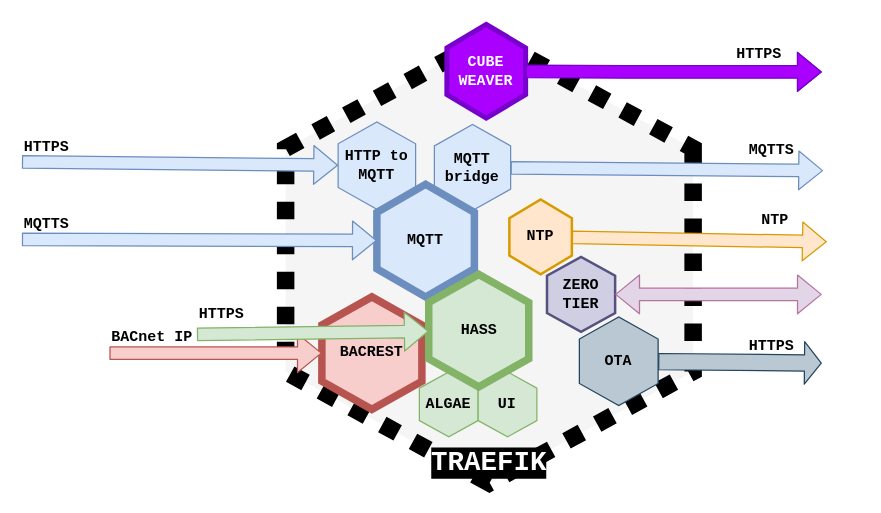
This is cube_internal.drawio from EnigmaAlgorithms/enigmaalgorithms.github.io, a draw.io file, before an edit. Source tidied: cells renumbered, new cells numbered last; positions are measured from the earlier drawing's top-left corner, leaving out a move shared by most shapes. Both pictures are drawn from the tidied source at 125%, with x=0, y=0 at pixel (21, 24).
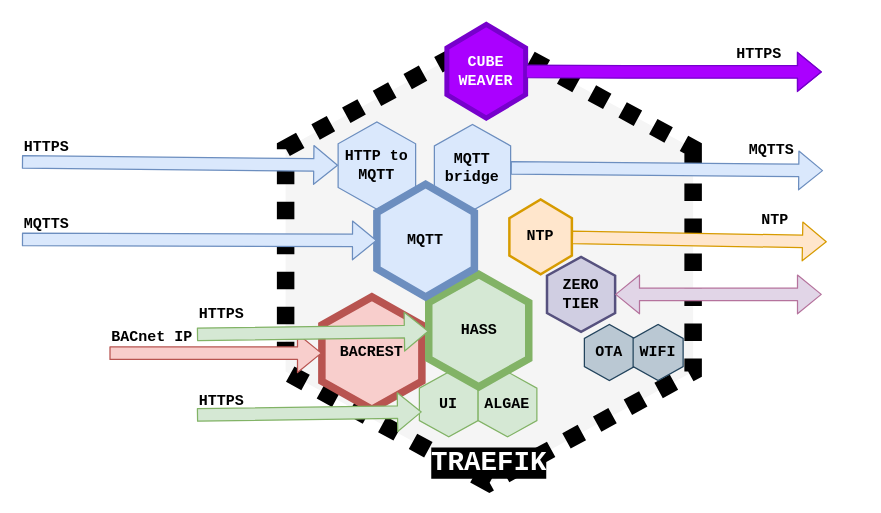
The same diagram, later.

The change refers to these unchanged cells:
```xml
<mxCell id="12" style="group;strokeWidth=2;" parent="1" vertex="1">
  <mxGeometry x="318" y="278" width="94" height="52" as="geometry" />
</mxCell>
```

The edit, as a diff of the source:
```diff
@@
-    <mxCell id="8" style="group;" parent="1" vertex="1">
-      <mxGeometry y="128" width="362" height="90" as="geometry" />
-    </mxCell>
-    <mxCell id="9" value="MQTT" style="shape=hexagon;perimeter=hexagonPerimeter2;whiteSpace=wrap;html=1;direction=south;fillColor=#dae8fc;strokeColor=#6c8ebf;strokeWidth=6;fontFamily=Courier New;fontStyle=1;fontColor=#000000;" parent="8" vertex="1">
-      <mxGeometry x="284" width="78" height="90" as="geometry" />
-    </mxCell>
-    <mxCell id="10" style="shape=flexArrow;endArrow=classic;html=1;fillColor=#dae8fc;strokeColor=#6c8ebf;fontFamily=Courier New;fontStyle=1;fontColor=#000000;" parent="8" edge="1" target="9">
-      <mxGeometry relative="1" as="geometry">
-        <mxPoint y="44" as="sourcePoint" />
-      </mxGeometry>
-    </mxCell>
-    <mxCell id="11" value="MQTTS" style="text;html=1;align=left;verticalAlign=top;spacingTop=-4;fontFamily=Courier New;fontStyle=1;fontColor=#000000;" parent="8" vertex="1">
-      <mxGeometry x="-0.2" y="22" width="50" height="20" as="geometry" />
-    </mxCell>
@@
-    <mxCell id="13" value="ALGAE" style="shape=hexagon;perimeter=hexagonPerimeter2;whiteSpace=wrap;html=1;direction=south;fillColor=#d5e8d4;strokeColor=#82b366;fontFamily=Courier New;fontStyle=1;fontColor=#000000;" parent="12" vertex="1">
+    <mxCell id="13" value="UI" style="shape=hexagon;perimeter=hexagonPerimeter2;whiteSpace=wrap;html=1;direction=south;fillColor=#d5e8d4;strokeColor=#82b366;fontFamily=Courier New;fontStyle=1;fontColor=#000000;" parent="12" vertex="1">
       <mxGeometry width="47" height="52" as="geometry" />
     </mxCell>
-    <mxCell id="14" value="UI" style="shape=hexagon;perimeter=hexagonPerimeter2;whiteSpace=wrap;html=1;direction=south;fillColor=#d5e8d4;strokeColor=#82b366;fontFamily=Courier New;fontStyle=1;fontColor=#000000;" parent="12" vertex="1">
+    <mxCell id="14" value="ALGAE" style="shape=hexagon;perimeter=hexagonPerimeter2;whiteSpace=wrap;html=1;direction=south;fillColor=#d5e8d4;strokeColor=#82b366;fontFamily=Courier New;fontStyle=1;fontColor=#000000;" parent="12" vertex="1">
       <mxGeometry x="47" width="47" height="52" as="geometry" />
     </mxCell>
@@
-    <mxCell id="22" style="shape=flexArrow;endArrow=classic;html=1;fillColor=#bac8d3;strokeColor=#23445d;width=13;endSize=4.15;fontFamily=Courier New;fontStyle=1;fontColor=#000000;entryX=0.667;entryY=0.9;entryDx=0;entryDy=0;entryPerimeter=0;" parent="1" edge="1" source="23" target="24">
-      <mxGeometry relative="1" as="geometry" />
-    </mxCell>
     <mxCell id="23" value="OTA" style="shape=hexagon;perimeter=hexagonPerimeter2;whiteSpace=wrap;html=1;direction=south;fillColor=#bac8d3;strokeColor=#23445d;fontFamily=Courier New;fontStyle=1;fontColor=#000000;" parent="1" vertex="1">
-      <mxGeometry x="446" y="234" width="63" height="71" as="geometry" />
+      <mxGeometry x="450" y="240" width="40" height="45" as="geometry" />
     </mxCell>
-    <mxCell id="24" value="&lt;b&gt;HTTPS&lt;/b&gt;" style="text;html=1;fontFamily=Courier New;fontColor=#000000;" parent="1" vertex="1">
-      <mxGeometry x="580" y="244" width="90" height="30" as="geometry" />
-    </mxCell>
@@
+    <mxCell id="9" value="MQTT" style="shape=hexagon;perimeter=hexagonPerimeter2;whiteSpace=wrap;html=1;direction=south;fillColor=#dae8fc;strokeColor=#6c8ebf;strokeWidth=6;fontFamily=Courier New;fontStyle=1;fontColor=#000000;" parent="1" vertex="1">
+      <mxGeometry x="284" y="128" width="78" height="90" as="geometry" />
+    </mxCell>
+    <mxCell id="10" style="shape=flexArrow;endArrow=classic;html=1;fillColor=#dae8fc;strokeColor=#6c8ebf;fontFamily=Courier New;fontStyle=1;fontColor=#000000;" parent="1" edge="1" target="9">
+      <mxGeometry relative="1" as="geometry">
+        <mxPoint y="172" as="sourcePoint" />
+      </mxGeometry>
+    </mxCell>
+    <mxCell id="11" value="MQTTS" style="text;html=1;align=left;verticalAlign=top;spacingTop=-4;fontFamily=Courier New;fontStyle=1;fontColor=#000000;" parent="1" vertex="1">
+      <mxGeometry x="-0.2" y="150" width="50" height="20" as="geometry" />
+    </mxCell>
+    <mxCell id="34" value="WIFI" style="shape=hexagon;perimeter=hexagonPerimeter2;whiteSpace=wrap;html=1;direction=south;fillColor=#bac8d3;strokeColor=#23445d;fontFamily=Courier New;fontStyle=1;fontColor=#000000;" parent="1" vertex="1">
+      <mxGeometry x="489" y="240" width="40" height="45" as="geometry" />
+    </mxCell>
+    <mxCell id="35" style="shape=flexArrow;endArrow=classic;html=1;fillColor=#d5e8d4;strokeColor=#82b366;fontFamily=Courier New;fontStyle=1;fontColor=#000000;" parent="1" edge="1">
+      <mxGeometry relative="1" as="geometry">
+        <mxPoint x="140" y="312.5" as="sourcePoint" />
+        <mxPoint x="320" y="310" as="targetPoint" />
+      </mxGeometry>
+    </mxCell>
+    <mxCell id="24" value="&lt;b&gt;HTTPS&lt;/b&gt;" style="text;html=1;fontFamily=Courier New;fontColor=#000000;" parent="1" vertex="1">
+      <mxGeometry x="140" y="288" width="90" height="30" as="geometry" />
+    </mxCell>
```
